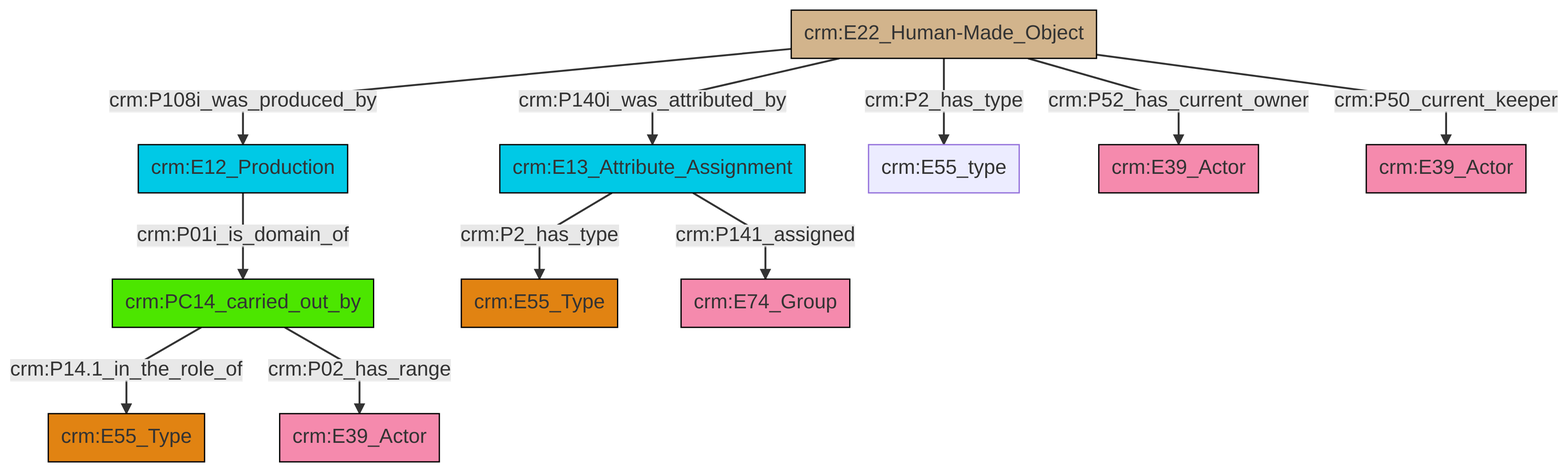
Before: et/artworkCSV/ttl/mmd/png/Artwork_Actor_Relations.png, a diagram exported from Mermaid (swiss-art-research-net/docs.swissartresearch). Its source is kept beside it as et/artworkCSV/ttl/mmd/Artwork_Actor_Relations.ttl.mmd.
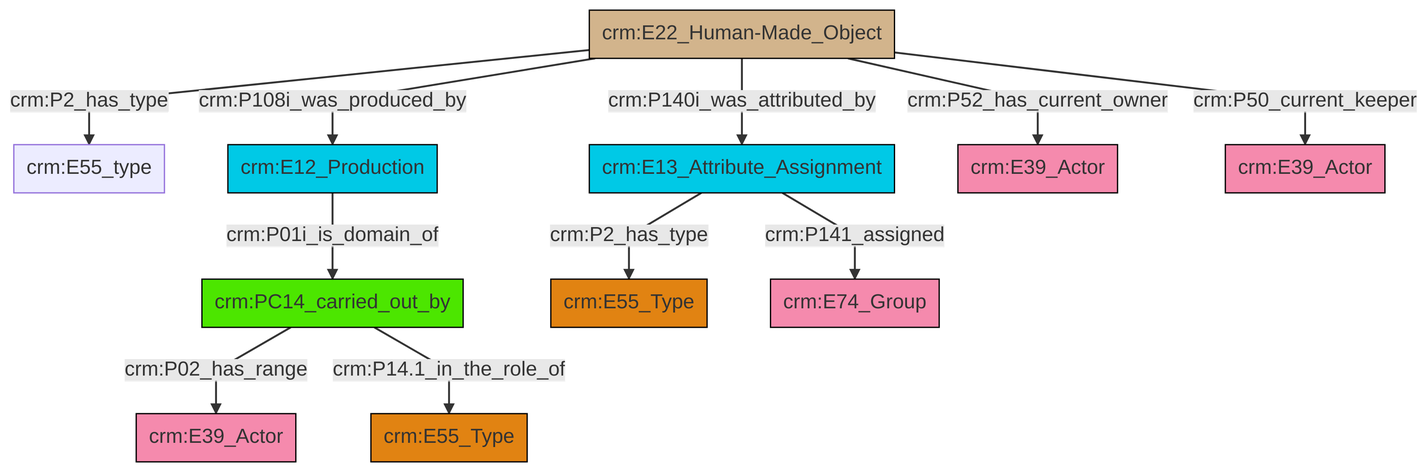
The same file after the commit.

Diff of the diagram source:
```diff
@@ -13,13 +13,13 @@
 classDef PC_Classes fill:#4ce600, stroke:#000000;
 classDef Multi fill:#cccccc,stroke:#000000;
 
-0["crm:E22_Human-Made_Object"]:::Physical_Thing -->|crm:P108i_was_produced_by| 1["crm:E12_Production"]:::Temporal_Entity
-4["crm:PC14_carried_out_by"]:::PC_Classes -->|crm:P14.1_in_the_role_of| 5["crm:E55_Type"]:::Type
-6["crm:E13_Attribute_Assignment"]:::Temporal_Entity -->|crm:P2_has_type| 10["crm:E55_Type"]:::Type
-1["crm:E12_Production"]:::Temporal_Entity -->|crm:P01i_is_domain_of| 4["crm:PC14_carried_out_by"]:::PC_Classes
-0["crm:E22_Human-Made_Object"]:::Physical_Thing -->|crm:P140i_was_attributed_by| 6["crm:E13_Attribute_Assignment"]:::Temporal_Entity
-0["crm:E22_Human-Made_Object"]:::Physical_Thing -->|crm:P2_has_type| 8["crm:E55_type"]:::Default
-0["crm:E22_Human-Made_Object"]:::Physical_Thing -->|crm:P52_has_current_owner| 15["crm:E39_Actor"]:::Actor
-4["crm:PC14_carried_out_by"]:::PC_Classes -->|crm:P02_has_range| 2["crm:E39_Actor"]:::Actor
-0["crm:E22_Human-Made_Object"]:::Physical_Thing -->|crm:P50_current_keeper| 20["crm:E39_Actor"]:::Actor
-6["crm:E13_Attribute_Assignment"]:::Temporal_Entity -->|crm:P141_assigned| 17["crm:E74_Group"]:::Actor
+0["crm:E22_Human-Made_Object"]:::Physical_Thing -->|crm:P2_has_type| 1["crm:E55_type"]:::Default
+0["crm:E22_Human-Made_Object"]:::Physical_Thing -->|crm:P140i_was_attributed_by| 2["crm:E13_Attribute_Assignment"]:::Temporal_Entity
+5["crm:PC14_carried_out_by"]:::PC_Classes -->|crm:P02_has_range| 6["crm:E39_Actor"]:::Actor
+0["crm:E22_Human-Made_Object"]:::Physical_Thing -->|crm:P52_has_current_owner| 7["crm:E39_Actor"]:::Actor
+2["crm:E13_Attribute_Assignment"]:::Temporal_Entity -->|crm:P2_has_type| 10["crm:E55_Type"]:::Type
+2["crm:E13_Attribute_Assignment"]:::Temporal_Entity -->|crm:P141_assigned| 12["crm:E74_Group"]:::Actor
+3["crm:E12_Production"]:::Temporal_Entity -->|crm:P01i_is_domain_of| 5["crm:PC14_carried_out_by"]:::PC_Classes
+0["crm:E22_Human-Made_Object"]:::Physical_Thing -->|crm:P50_current_keeper| 14["crm:E39_Actor"]:::Actor
+0["crm:E22_Human-Made_Object"]:::Physical_Thing -->|crm:P108i_was_produced_by| 3["crm:E12_Production"]:::Temporal_Entity
+5["crm:PC14_carried_out_by"]:::PC_Classes -->|crm:P14.1_in_the_role_of| 8["crm:E55_Type"]:::Type
```
